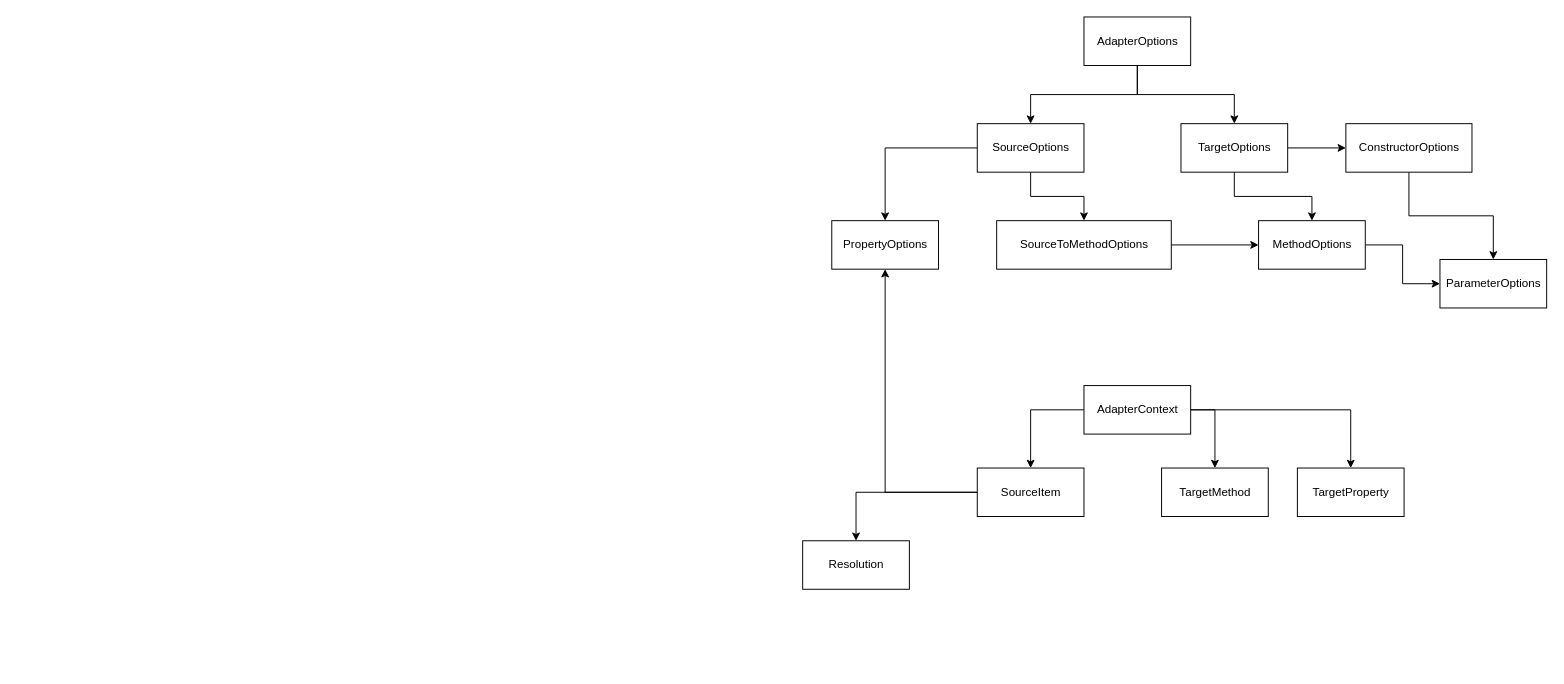
Earlier version of the draw.io diagram Diagrams/Untitled Diagram.drawio (Royal-Code/SmartMapper). Source tidied: cells renumbered, new cells numbered last; positions are measured from the earlier drawing's top-left corner, leaving out a move shared by most shapes. Both pictures are drawn from the tidied source at 97%, with x=0, y=0 at pixel (802, 16).
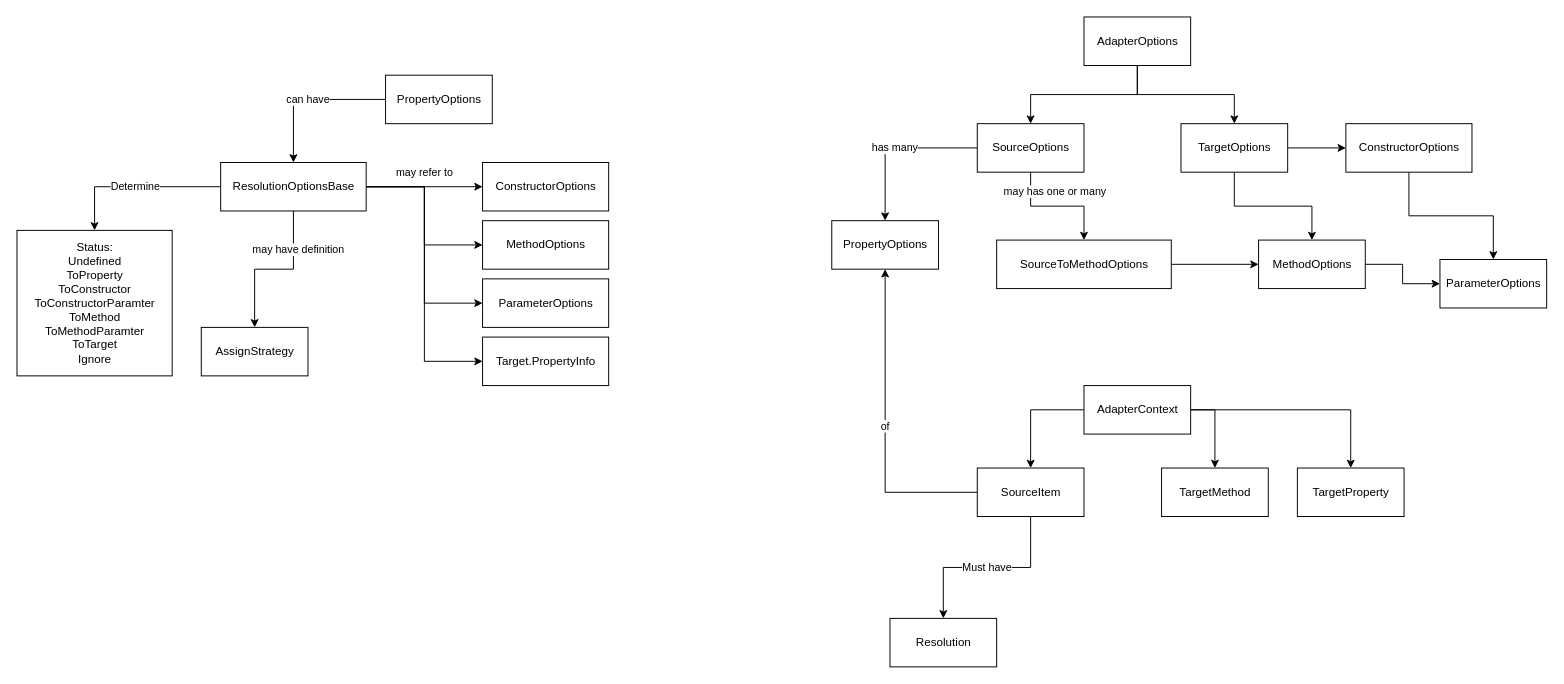
After the change.

The change refers to these unchanged cells:
```xml
<mxCell id="11" value="SourceOptions" style="html=1;" parent="1" vertex="1">
  <mxGeometry x="180" y="110" width="110" height="50" as="geometry" />
</mxCell>
<mxCell id="18" value="PropertyOptions" style="html=1;" parent="1" vertex="1">
  <mxGeometry x="30" y="210" width="110" height="50" as="geometry" />
</mxCell>
<mxCell id="25" value="SourceItem" style="html=1;" parent="1" vertex="1">
  <mxGeometry x="180" y="465" width="110" height="50" as="geometry" />
</mxCell>
```

Diff of the diagram source:
```diff
@@
     <mxCell id="8" value="SourceToMethodOptions" style="html=1;" parent="1" vertex="1">
-      <mxGeometry x="200" y="210" width="180" height="50" as="geometry" />
+      <mxGeometry x="200" y="230" width="180" height="50" as="geometry" />
     </mxCell>
-    <mxCell id="9" style="edgeStyle=orthogonalEdgeStyle;rounded=0;jettySize=auto;html=1;entryX=0.5;entryY=0;entryDx=0;entryDy=0;" parent="1" edge="1" source="11" target="8">
-      <mxGeometry relative="1" as="geometry" />
+    <mxCell id="9" value="may has one or many" style="edgeStyle=orthogonalEdgeStyle;rounded=0;jettySize=auto;html=1;entryX=0.5;entryY=0;entryDx=0;entryDy=0;" parent="1" edge="1" source="11" target="8">
+      <mxGeometry x="-0.04" y="15" relative="1" as="geometry" />
     </mxCell>
-    <mxCell id="10" style="edgeStyle=orthogonalEdgeStyle;rounded=0;jettySize=auto;html=1;entryX=0.5;entryY=0;entryDx=0;entryDy=0;" parent="1" edge="1" source="11" target="18">
+    <mxCell id="10" value="has many" style="edgeStyle=orthogonalEdgeStyle;rounded=0;jettySize=auto;html=1;entryX=0.5;entryY=0;entryDx=0;entryDy=0;" parent="1" edge="1" source="11" target="18">
       <mxGeometry relative="1" as="geometry" />
     </mxCell>
@@
     <mxCell id="16" value="MethodOptions" style="html=1;" parent="1" vertex="1">
-      <mxGeometry x="470" y="210" width="110" height="50" as="geometry" />
+      <mxGeometry x="470" y="230" width="110" height="50" as="geometry" />
     </mxCell>
@@
-    <mxCell id="23" style="edgeStyle=orthogonalEdgeStyle;rounded=0;jettySize=auto;html=1;entryX=0.5;entryY=1;entryDx=0;entryDy=0;" parent="1" edge="1" source="25" target="18">
+    <mxCell id="23" value="of" style="edgeStyle=orthogonalEdgeStyle;rounded=0;jettySize=auto;html=1;entryX=0.5;entryY=1;entryDx=0;entryDy=0;" parent="1" edge="1" source="25" target="18">
       <mxGeometry relative="1" as="geometry" />
     </mxCell>
-    <mxCell id="24" style="edgeStyle=orthogonalEdgeStyle;rounded=0;jettySize=auto;html=1;entryX=0.5;entryY=0;entryDx=0;entryDy=0;" parent="1" edge="1" source="25" target="27">
+    <mxCell id="24" value="Must have" style="edgeStyle=orthogonalEdgeStyle;rounded=0;jettySize=auto;html=1;entryX=0.5;entryY=0;entryDx=0;entryDy=0;exitX=0.5;exitY=1;exitDx=0;exitDy=0;" parent="1" edge="1" source="25" target="27">
       <mxGeometry relative="1" as="geometry" />
     </mxCell>
@@
     <mxCell id="27" value="Resolution" style="html=1;" parent="1" vertex="1">
-      <mxGeometry y="540" width="110" height="50" as="geometry" />
+      <mxGeometry x="90" y="620" width="110" height="50" as="geometry" />
     </mxCell>
@@
+    <mxCell id="29" value="can have" style="edgeStyle=orthogonalEdgeStyle;rounded=0;jettySize=auto;html=1;entryX=0.5;entryY=0;entryDx=0;entryDy=0;" parent="1" edge="1" source="30" target="37">
+      <mxGeometry relative="1" as="geometry" />
+    </mxCell>
+    <mxCell id="30" value="PropertyOptions" style="html=1;" parent="1" vertex="1">
+      <mxGeometry x="-430" y="60" width="110" height="50" as="geometry" />
+    </mxCell>
+    <mxCell id="31" value="Determine" style="edgeStyle=orthogonalEdgeStyle;rounded=0;jettySize=auto;html=1;entryX=0.5;entryY=0;entryDx=0;entryDy=0;" parent="1" edge="1" source="37" target="38">
+      <mxGeometry relative="1" as="geometry" />
+    </mxCell>
+    <mxCell id="32" value="may have definition" style="edgeStyle=orthogonalEdgeStyle;rounded=0;jettySize=auto;html=1;entryX=0.5;entryY=0;entryDx=0;entryDy=0;" parent="1" edge="1" source="37" target="39">
+      <mxGeometry x="-0.5" y="5" relative="1" as="geometry" />
+    </mxCell>
+    <mxCell id="33" value="may refer to" style="edgeStyle=orthogonalEdgeStyle;rounded=0;jettySize=auto;html=1;entryX=0;entryY=0.5;entryDx=0;entryDy=0;" parent="1" edge="1" source="37" target="40">
+      <mxGeometry y="15" relative="1" as="geometry" />
+    </mxCell>
+    <mxCell id="34" style="edgeStyle=orthogonalEdgeStyle;rounded=0;jettySize=auto;html=1;entryX=0;entryY=0.5;entryDx=0;entryDy=0;" parent="1" edge="1" source="37" target="41">
+      <mxGeometry relative="1" as="geometry" />
+    </mxCell>
+    <mxCell id="35" style="edgeStyle=orthogonalEdgeStyle;rounded=0;jettySize=auto;html=1;entryX=0;entryY=0.5;entryDx=0;entryDy=0;" parent="1" edge="1" source="37" target="42">
+      <mxGeometry relative="1" as="geometry" />
+    </mxCell>
+    <mxCell id="36" style="edgeStyle=orthogonalEdgeStyle;rounded=0;jettySize=auto;html=1;entryX=0;entryY=0.5;entryDx=0;entryDy=0;" parent="1" edge="1" source="37" target="43">
+      <mxGeometry relative="1" as="geometry" />
+    </mxCell>
+    <mxCell id="37" value="ResolutionOptionsBase" style="html=1;" parent="1" vertex="1">
+      <mxGeometry x="-600" y="150" width="150" height="50" as="geometry" />
+    </mxCell>
+    <mxCell id="38" value="Status:&lt;br&gt;Undefined&lt;br&gt;ToProperty&lt;br&gt;ToConstructor&lt;br&gt;ToConstructorParamter&lt;br&gt;ToMethod&lt;br&gt;ToMethodParamter&lt;br&gt;ToTarget&lt;br&gt;Ignore" style="html=1;" parent="1" vertex="1">
+      <mxGeometry x="-810" y="220" width="160" height="150" as="geometry" />
+    </mxCell>
+    <mxCell id="39" value="AssignStrategy" style="html=1;" parent="1" vertex="1">
+      <mxGeometry x="-620" y="320" width="110" height="50" as="geometry" />
+    </mxCell>
+    <mxCell id="40" value="ConstructorOptions" style="html=1;" parent="1" vertex="1">
+      <mxGeometry x="-330" y="150" width="130" height="50" as="geometry" />
+    </mxCell>
+    <mxCell id="41" value="MethodOptions" style="html=1;" parent="1" vertex="1">
+      <mxGeometry x="-330" y="210" width="130" height="50" as="geometry" />
+    </mxCell>
+    <mxCell id="42" value="ParameterOptions" style="html=1;" parent="1" vertex="1">
+      <mxGeometry x="-330" y="270" width="130" height="50" as="geometry" />
+    </mxCell>
+    <mxCell id="43" value="Target.PropertyInfo" style="html=1;" parent="1" vertex="1">
+      <mxGeometry x="-330" y="330" width="130" height="50" as="geometry" />
+    </mxCell>
```
